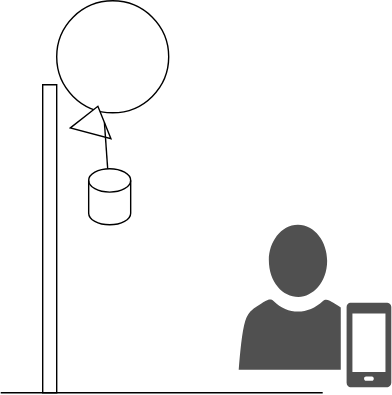
Above: figs/rakka.drawio.svg in phys-ken/JK2021_sp (draw.io), before the change. Source tidied: cells renumbered, new cells last; positions are measured from the earlier drawing's top-left corner, leaving out a move shared by most shapes. The source it was exported from:
```xml
<mxGraphModel>
  <root>
    <mxCell id="0" />
    <mxCell id="1" parent="0" />
    <mxCell id="2" style="verticalLabelPosition=bottom;verticalAlign=top;html=1;shape=mxgraph.basic.rect;fillColor2=none;strokeWidth=1;size=20;indent=5;" parent="1" vertex="1">
      <mxGeometry x="30" y="60" width="10" height="220" as="geometry" />
    </mxCell>
    <mxCell id="3" style="ellipse;whiteSpace=wrap;html=1;" parent="1" vertex="1">
      <mxGeometry x="40" width="80" height="80" as="geometry" />
    </mxCell>
    <mxCell id="4" style="triangle;whiteSpace=wrap;html=1;rotation=-75;" parent="1" vertex="1">
      <mxGeometry x="56.8" y="70" width="20" height="30" as="geometry" />
    </mxCell>
    <mxCell id="5" style="shape=cylinder3;whiteSpace=wrap;html=1;boundedLbl=1;backgroundOutline=1;size=8.331298828125;" parent="1" vertex="1">
      <mxGeometry x="62.8" y="120" width="30" height="40" as="geometry" />
    </mxCell>
    <mxCell id="6" style="endArrow=none;html=1;entryX=0.5;entryY=1;entryDx=0;entryDy=0;" parent="1" edge="1" source="5" target="4">
      <mxGeometry relative="1" as="geometry" />
    </mxCell>
    <mxCell id="7" style="endArrow=none;html=1;" parent="1" edge="1">
      <mxGeometry relative="1" as="geometry">
        <mxPoint y="280" as="sourcePoint" />
        <mxPoint x="230" y="280" as="targetPoint" />
      </mxGeometry>
    </mxCell>
    <mxCell id="8" style="shadow=0;dashed=0;html=1;strokeColor=none;fillColor=#505050;labelPosition=center;verticalLabelPosition=bottom;verticalAlign=top;align=center;shape=mxgraph.office.users.mobile_user;" parent="1" vertex="1">
      <mxGeometry x="170" y="160" width="109" height="116" as="geometry" />
    </mxCell>
  </root>
</mxGraphModel>
```
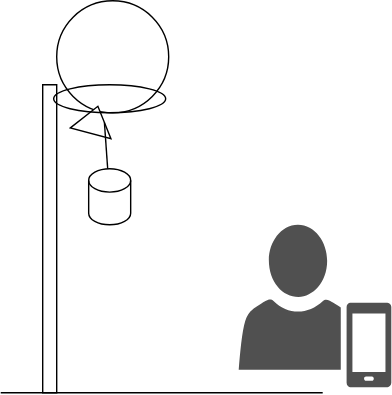
After the commit.

What changed in the source:
```diff
@@ -26,5 +26,8 @@
     <mxCell id="8" style="shadow=0;dashed=0;html=1;strokeColor=none;fillColor=#505050;labelPosition=center;verticalLabelPosition=bottom;verticalAlign=top;align=center;shape=mxgraph.office.users.mobile_user;" parent="1" vertex="1">
       <mxGeometry x="170" y="160" width="109" height="116" as="geometry" />
     </mxCell>
+    <mxCell id="9" style="ellipse;whiteSpace=wrap;html=1;fillColor=none;" parent="1" vertex="1">
+      <mxGeometry x="37.8" y="60" width="80" height="20" as="geometry" />
+    </mxCell>
   </root>
 </mxGraphModel>
```
